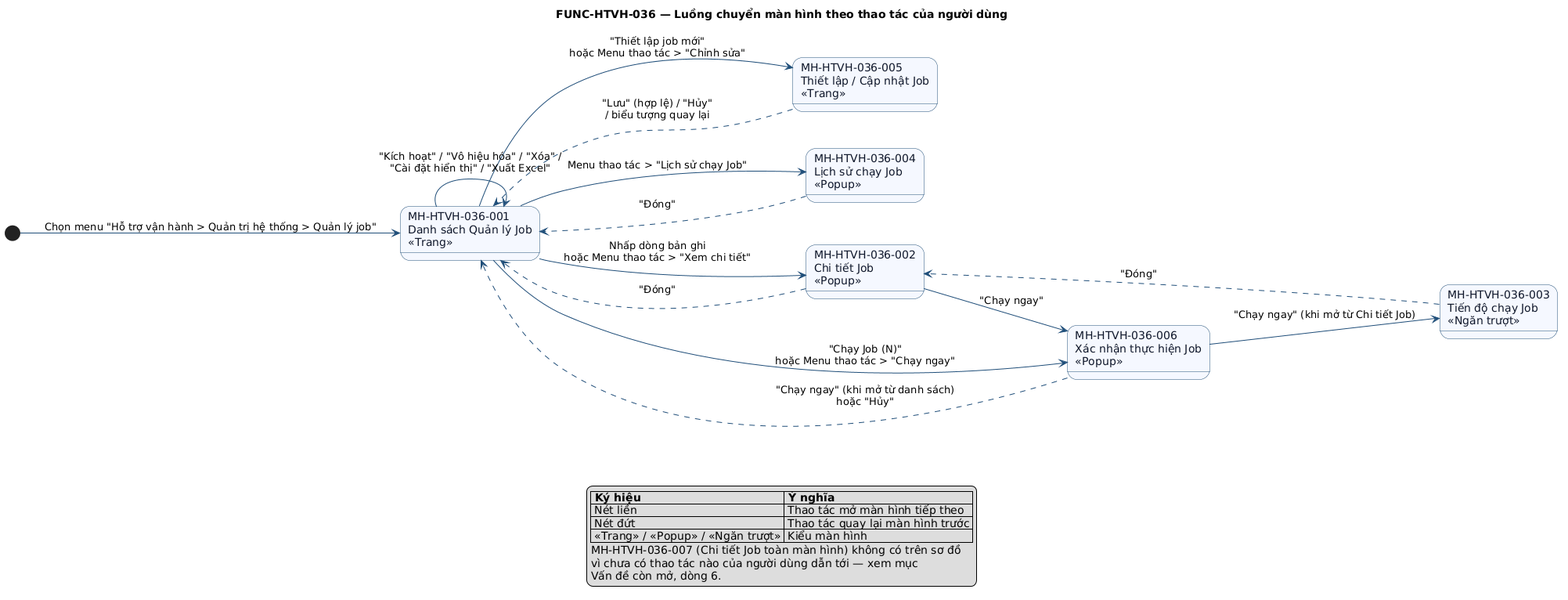
Above: docs/specifications/diagrams/FUNC-HTVH-036_nav-01.png in NgocTDA/cic-core-system (PlantUML), before the change. Its diagram source:
```plantuml
@startuml FUNC-HTVH-036_nav-01
title FUNC-HTVH-036 — Luồng chuyển màn hình theo thao tác của người dùng


left to right direction

skinparam state {
  BackgroundColor #F5F8FF
  BorderColor #1F4E79
  FontColor #0F172A
}
skinparam ArrowColor #1F4E79

state "MH-HTVH-036-001\nDanh sách Quản lý Job\n«Trang»" as DS
state "MH-HTVH-036-005\nThiết lập / Cập nhật Job\n«Trang»" as FORM
state "MH-HTVH-036-004\nLịch sử chạy Job\n«Popup»" as LS
state "MH-HTVH-036-002\nChi tiết Job\n«Popup»" as CT
state "MH-HTVH-036-006\nXác nhận thực hiện Job\n«Popup»" as CONF
state "MH-HTVH-036-003\nTiến độ chạy Job\n«Ngăn trượt»" as TD

[*] --> DS : Chọn menu "Hỗ trợ vận hành > Quản trị hệ thống > Quản lý job"

DS --> FORM : "Thiết lập job mới"\nhoặc Menu thao tác > "Chỉnh sửa"
DS --> LS : Menu thao tác > "Lịch sử chạy Job"
DS --> CT : Nhấp dòng bản ghi\nhoặc Menu thao tác > "Xem chi tiết"
DS --> CONF : "Chạy Job (N)"\nhoặc Menu thao tác > "Chạy ngay"
CT --> CONF : "Chạy ngay"
CONF --> TD : "Chạy ngay" (khi mở từ Chi tiết Job)

FORM -[dashed]-> DS : "Lưu" (hợp lệ) / "Hủy"\n/ biểu tượng quay lại
LS -[dashed]-> DS : "Đóng"
CT -[dashed]-> DS : "Đóng"
CONF -[dashed]-> DS : "Chạy ngay" (khi mở từ danh sách)\nhoặc "Hủy"
TD -[dashed]-> CT : "Đóng"

DS --> DS : "Kích hoạt" / "Vô hiệu hóa" / "Xóa" /\n"Cài đặt hiển thị" / "Xuất Excel"

legend bottom
  |= Ký hiệu |= Ý nghĩa |
  | Nét liền | Thao tác mở màn hình tiếp theo |
  | Nét đứt | Thao tác quay lại màn hình trước |
  | «Trang» / «Popup» / «Ngăn trượt» | Kiểu màn hình |
  MH-HTVH-036-007 (Chi tiết Job toàn màn hình) không có trên sơ đồ
  vì chưa có thao tác nào của người dùng dẫn tới — xem mục
  Vấn đề còn mở, dòng 6.
endlegend

@enduml
```
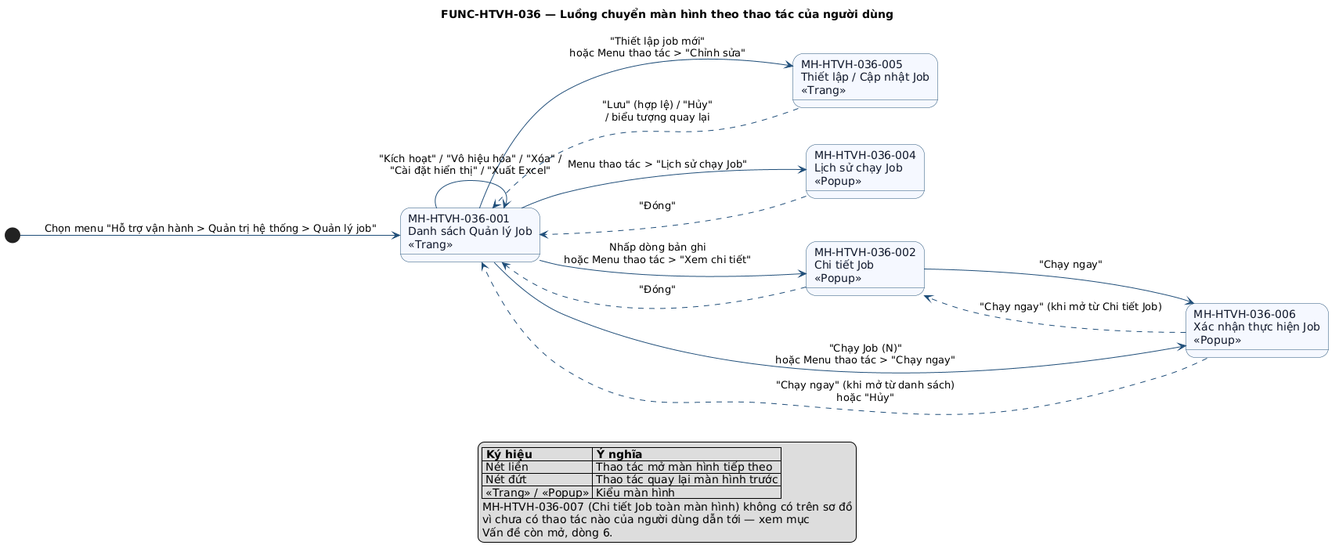
Above is the later version.

What changed in the source:
```diff
@@ -16,7 +16,6 @@
 state "MH-HTVH-036-004\nLịch sử chạy Job\n«Popup»" as LS
 state "MH-HTVH-036-002\nChi tiết Job\n«Popup»" as CT
 state "MH-HTVH-036-006\nXác nhận thực hiện Job\n«Popup»" as CONF
-state "MH-HTVH-036-003\nTiến độ chạy Job\n«Ngăn trượt»" as TD
 
 [*] --> DS : Chọn menu "Hỗ trợ vận hành > Quản trị hệ thống > Quản lý job"
 
@@ -25,13 +24,12 @@
 DS --> CT : Nhấp dòng bản ghi\nhoặc Menu thao tác > "Xem chi tiết"
 DS --> CONF : "Chạy Job (N)"\nhoặc Menu thao tác > "Chạy ngay"
 CT --> CONF : "Chạy ngay"
-CONF --> TD : "Chạy ngay" (khi mở từ Chi tiết Job)
+CONF -[dashed]-> CT : "Chạy ngay" (khi mở từ Chi tiết Job)
 
 FORM -[dashed]-> DS : "Lưu" (hợp lệ) / "Hủy"\n/ biểu tượng quay lại
 LS -[dashed]-> DS : "Đóng"
 CT -[dashed]-> DS : "Đóng"
 CONF -[dashed]-> DS : "Chạy ngay" (khi mở từ danh sách)\nhoặc "Hủy"
-TD -[dashed]-> CT : "Đóng"
 
 DS --> DS : "Kích hoạt" / "Vô hiệu hóa" / "Xóa" /\n"Cài đặt hiển thị" / "Xuất Excel"
 
@@ -39,7 +37,7 @@
   |= Ký hiệu |= Ý nghĩa |
   | Nét liền | Thao tác mở màn hình tiếp theo |
   | Nét đứt | Thao tác quay lại màn hình trước |
-  | «Trang» / «Popup» / «Ngăn trượt» | Kiểu màn hình |
+  | «Trang» / «Popup» | Kiểu màn hình |
   MH-HTVH-036-007 (Chi tiết Job toàn màn hình) không có trên sơ đồ
   vì chưa có thao tác nào của người dùng dẫn tới — xem mục
   Vấn đề còn mở, dòng 6.
```
